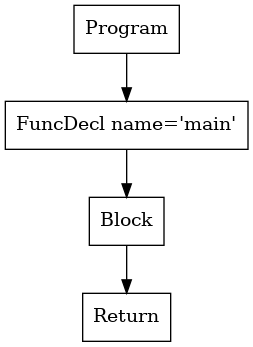
phamml/p2-parser keeps this Graphviz diagram as tree.png. Above is the earlier version. Its source is kept beside it as tree.dot.
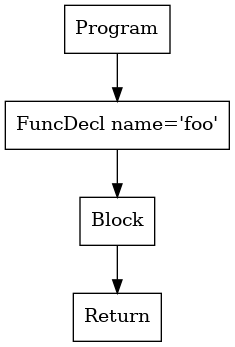
The same diagram one commit later.

Diff of the diagram source:
```diff
@@ -2,7 +2,7 @@
 3 [shape=box, label="Return"];
 2 [shape=box, label="Block"];
 2 -> 3;
-1 [shape=box, label="FuncDecl name='main'"];
+1 [shape=box, label="FuncDecl name='foo'"];
 1 -> 2;
 0 [shape=box, label="Program"];
 0 -> 1;
```
